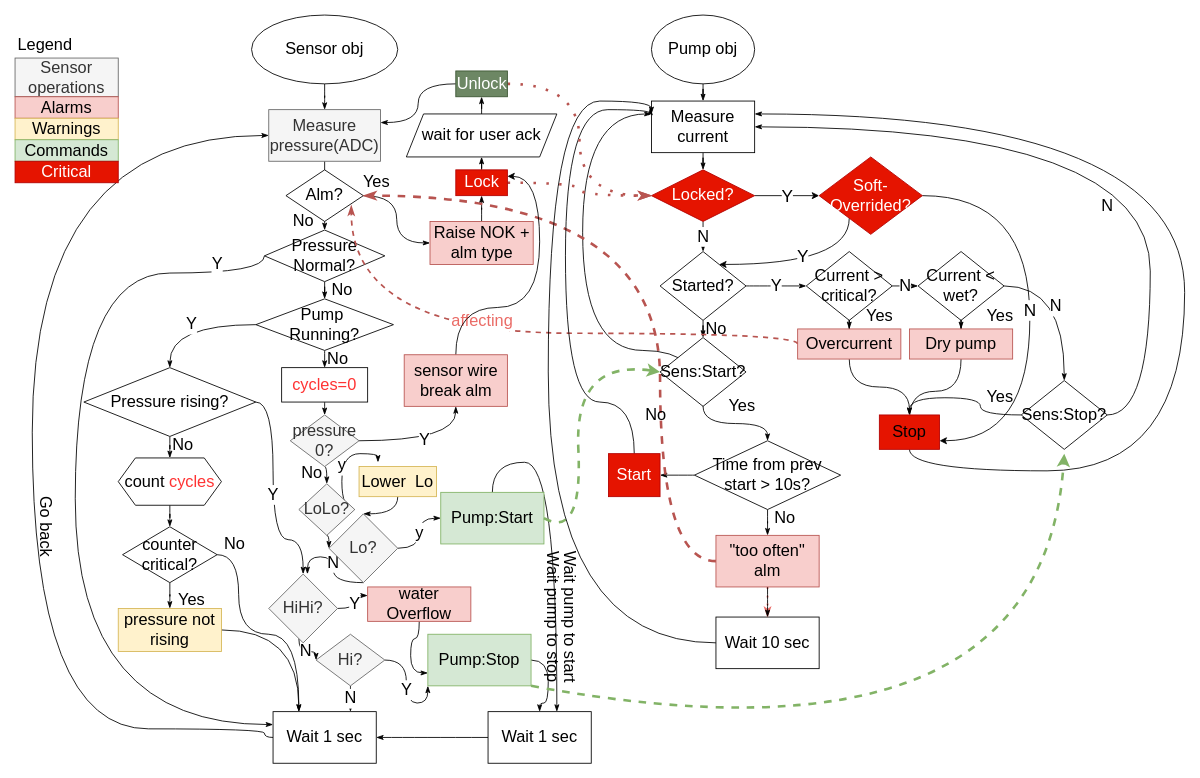
Earlier version of the draw.io diagram page "Algo" (2 of 3) of PumpDriver.drawio (megavad/Diagrams). Source tidied: cells renumbered, new cells numbered last; positions are measured from the earlier drawing's top-left corner, leaving out a move shared by most shapes. Both pictures are drawn from the tidied source at 86%, with x=0, y=0 at pixel (6, 15).
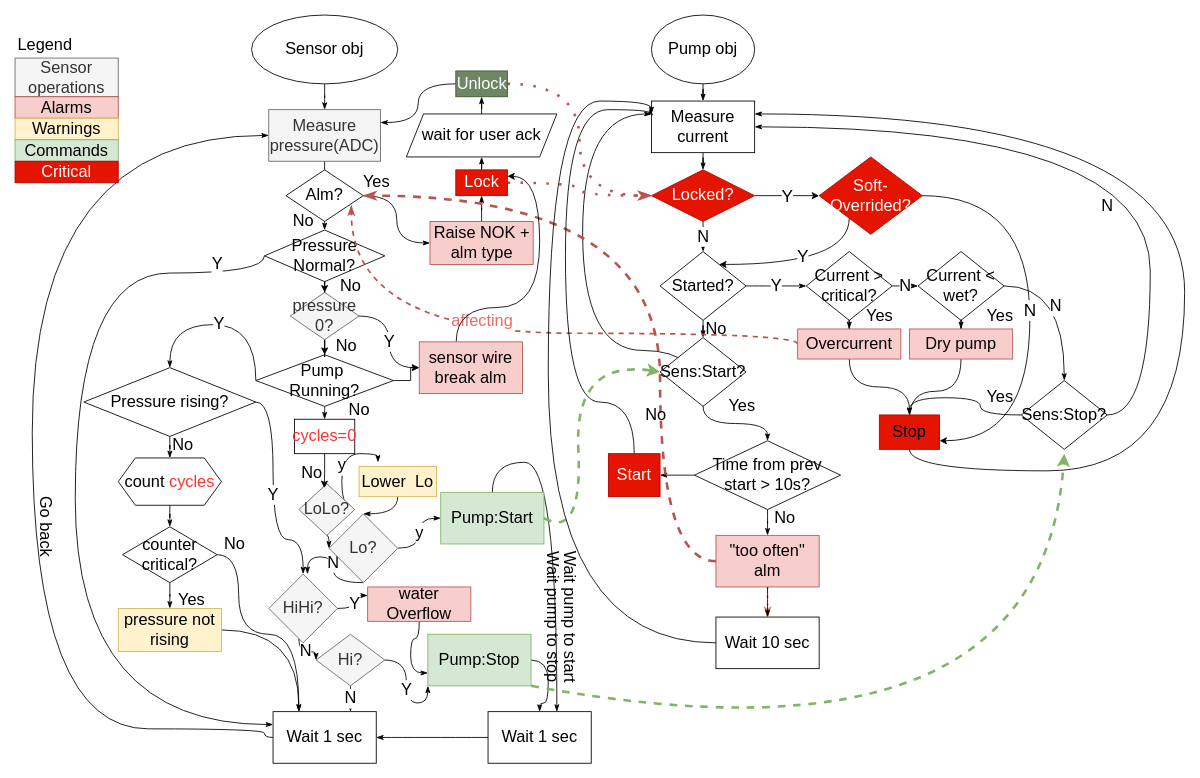
After the change.

Unchanged cells that the change refers to:
```xml
<mxCell id="11" value="LoLo?" style="rhombus;whiteSpace=wrap;html=1;fontSize=19;strokeWidth=1;fillColor=#f5f5f5;fontColor=#333333;strokeColor=#666666;" parent="1" vertex="1">
  <mxGeometry x="340" y="545" width="65" height="60" as="geometry" />
</mxCell>
<mxCell id="18" value="No" style="text;html=1;align=center;verticalAlign=middle;points=[];strokeColor=none;fillColor=none;fontSize=19;" parent="1" vertex="1">
  <mxGeometry x="330" y="512.5" width="50" height="40" as="geometry" />
</mxCell>
<mxCell id="25" value="Pressure&lt;br&gt;Normal?" style="rhombus;whiteSpace=wrap;html=1;fontSize=19;strokeWidth=1;" parent="1" vertex="1">
  <mxGeometry x="300" y="250" width="140" height="60" as="geometry" />
</mxCell>
```

Change to the diagram source:
```diff
@@
-    <mxCell id="24" style="edgeStyle=orthogonalEdgeStyle;curved=1;jettySize=auto;html=1;fontSize=19;endArrow=classicThin;endFill=1;strokeColor=default;strokeWidth=1;" parent="1" edge="1" source="25" target="66">
-      <mxGeometry relative="1" as="geometry" />
-    </mxCell>
+    <mxCell id="135" style="edgeStyle=orthogonalEdgeStyle;rounded=0;jettySize=auto;html=1;entryX=0.5;entryY=0;entryDx=0;entryDy=0;" parent="1" edge="1" source="25" target="70">
+      <mxGeometry relative="1" as="geometry" />
+    </mxCell>
@@
     <mxCell id="26" value="No" style="text;html=1;align=center;verticalAlign=middle;strokeColor=none;fillColor=none;fontSize=19;" parent="1" vertex="1">
-      <mxGeometry x="360" y="380" width="50" height="40" as="geometry" />
+      <mxGeometry x="370" y="365" width="50" height="40" as="geometry" />
     </mxCell>
@@
+    <mxCell id="136" style="edgeStyle=orthogonalEdgeStyle;rounded=0;jettySize=auto;html=1;" parent="1" edge="1" source="66" target="123">
+      <mxGeometry relative="1" as="geometry" />
+    </mxCell>
     <mxCell id="66" value="Pump&amp;nbsp;&lt;br&gt;Running?" style="rhombus;whiteSpace=wrap;html=1;fontSize=19;strokeWidth=1;" parent="1" vertex="1">
-      <mxGeometry x="290" y="330" width="160" height="60" as="geometry" />
+      <mxGeometry x="290" y="395" width="160" height="60" as="geometry" />
     </mxCell>
@@
-    <mxCell id="68" value="Y" style="edgeStyle=orthogonalEdgeStyle;curved=1;jettySize=auto;html=1;entryX=0.5;entryY=1;entryDx=0;entryDy=0;fontSize=19;endArrow=classicThin;endFill=1;strokeColor=default;strokeWidth=1;exitX=1;exitY=0.5;exitDx=0;exitDy=0;" parent="1" edge="1" source="70" target="123">
+    <mxCell id="68" value="Y" style="edgeStyle=orthogonalEdgeStyle;curved=1;jettySize=auto;html=1;entryX=0;entryY=0.5;entryDx=0;entryDy=0;fontSize=19;endArrow=classicThin;endFill=1;strokeColor=default;strokeWidth=1;exitX=1;exitY=0.5;exitDx=0;exitDy=0;" parent="1" edge="1" source="70" target="123">
       <mxGeometry relative="1" as="geometry" />
     </mxCell>
-    <mxCell id="69" style="edgeStyle=orthogonalEdgeStyle;curved=1;jettySize=auto;html=1;exitX=0.5;exitY=1;exitDx=0;exitDy=0;entryX=0.5;entryY=0;entryDx=0;entryDy=0;fontSize=19;fontColor=#FF3333;endArrow=classicThin;endFill=1;strokeColor=#000000;strokeWidth=1;" parent="1" edge="1" source="70" target="11">
-      <mxGeometry relative="1" as="geometry" />
-    </mxCell>
+    <mxCell id="137" style="edgeStyle=orthogonalEdgeStyle;rounded=0;jettySize=auto;html=1;entryX=0.5;entryY=0;entryDx=0;entryDy=0;" parent="1" edge="1" source="70" target="66">
+      <mxGeometry relative="1" as="geometry" />
+    </mxCell>
     <mxCell id="70" value="pressure&lt;br&gt;0?" style="rhombus;whiteSpace=wrap;html=1;fontSize=19;strokeWidth=1;fillColor=#f5f5f5;fontColor=#333333;strokeColor=#666666;" parent="1" vertex="1">
-      <mxGeometry x="330" y="465" width="80" height="60" as="geometry" />
+      <mxGeometry x="330" y="322.5" width="80" height="55" as="geometry" />
     </mxCell>
     <mxCell id="71" value="No" style="text;html=1;align=center;verticalAlign=middle;strokeColor=none;fillColor=none;fontSize=19;" parent="1" vertex="1">
-      <mxGeometry x="365" y="300" width="50" height="40" as="geometry" />
+      <mxGeometry x="375" y="295" width="50" height="40" as="geometry" />
     </mxCell>
@@
-    <mxCell id="120" style="edgeStyle=orthogonalEdgeStyle;curved=1;jettySize=auto;html=1;exitX=0.5;exitY=1;exitDx=0;exitDy=0;entryX=0.5;entryY=0;entryDx=0;entryDy=0;fontSize=19;fontColor=#FF3333;endArrow=classicThin;endFill=1;strokeColor=#000000;strokeWidth=1;" parent="1" edge="1" source="121" target="70">
-      <mxGeometry relative="1" as="geometry" />
-    </mxCell>
+    <mxCell id="138" style="edgeStyle=orthogonalEdgeStyle;rounded=0;jettySize=auto;html=1;exitX=0.5;exitY=1;exitDx=0;exitDy=0;entryX=0.792;entryY=0.938;entryDx=0;entryDy=0;entryPerimeter=0;" parent="1" edge="1" source="121" target="18">
+      <mxGeometry relative="1" as="geometry" />
+    </mxCell>
     <mxCell id="121" value="&lt;span style=&quot;caret-color: rgb(255, 51, 51); color: rgb(255, 51, 51);&quot;&gt;cycles=0&lt;/span&gt;" style="rounded=0;whiteSpace=wrap;html=1;fontSize=19;fontColor=#000000;strokeWidth=1;" parent="1" vertex="1">
-      <mxGeometry x="320" y="410" width="100" height="40" as="geometry" />
+      <mxGeometry x="335" y="470" width="70" height="40" as="geometry" />
     </mxCell>
@@
     <mxCell id="123" value="sensor wire break alm" style="whiteSpace=wrap;html=1;fontSize=19;strokeWidth=1;fillColor=#f8cecc;strokeColor=#b85450;" parent="1" vertex="1">
-      <mxGeometry x="462.5" y="395" width="120" height="60" as="geometry" />
+      <mxGeometry x="480" y="380" width="120" height="60" as="geometry" />
     </mxCell>
@@
+    <mxCell id="139" value="No" style="text;html=1;align=center;verticalAlign=middle;strokeColor=none;fillColor=none;fontSize=19;" parent="1" vertex="1">
+      <mxGeometry x="385" y="440" width="50" height="40" as="geometry" />
+    </mxCell>
```
